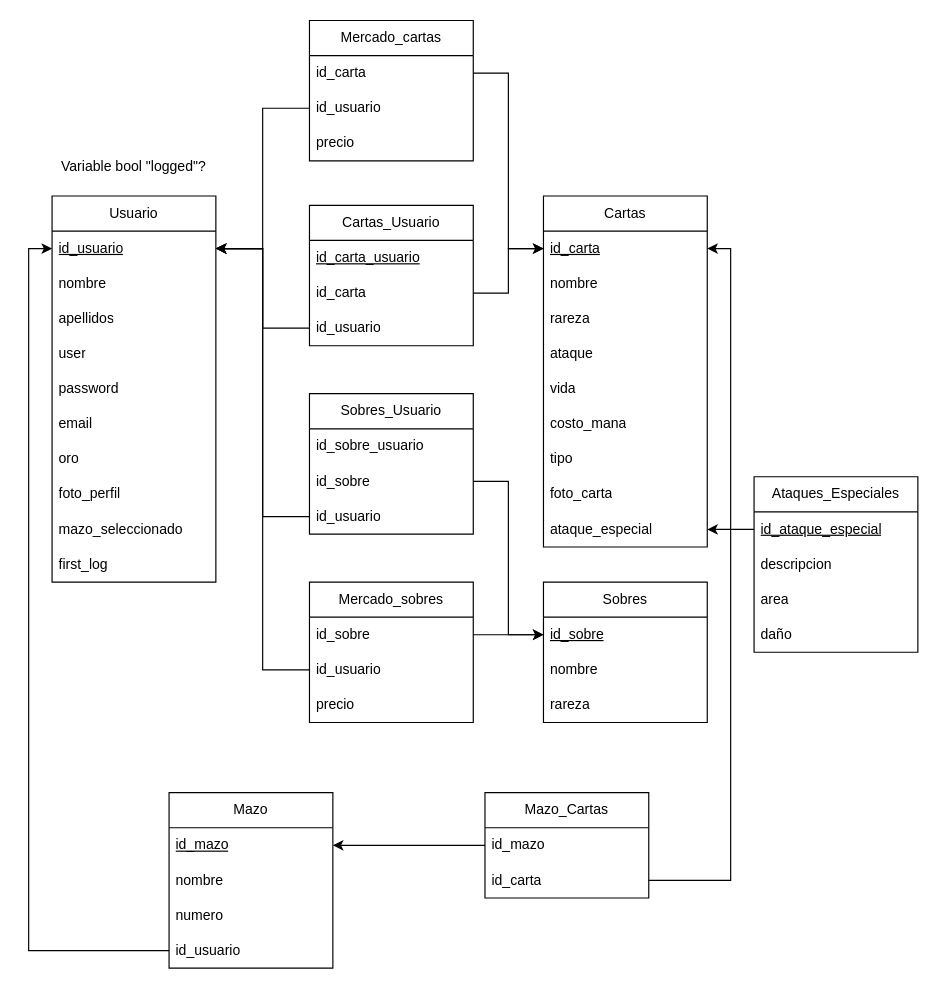
The draw.io diagram Diagramas/BBDD.drawio in MiguelGallardoRevaliente/ProjecteFinal, before the edit. Source tidied: cells renumbered, new cells numbered last; positions are measured from the earlier drawing's top-left corner, leaving out a move shared by most shapes. Both pictures are drawn from the tidied source at 117%, with x=0, y=0 at pixel (51, 20).
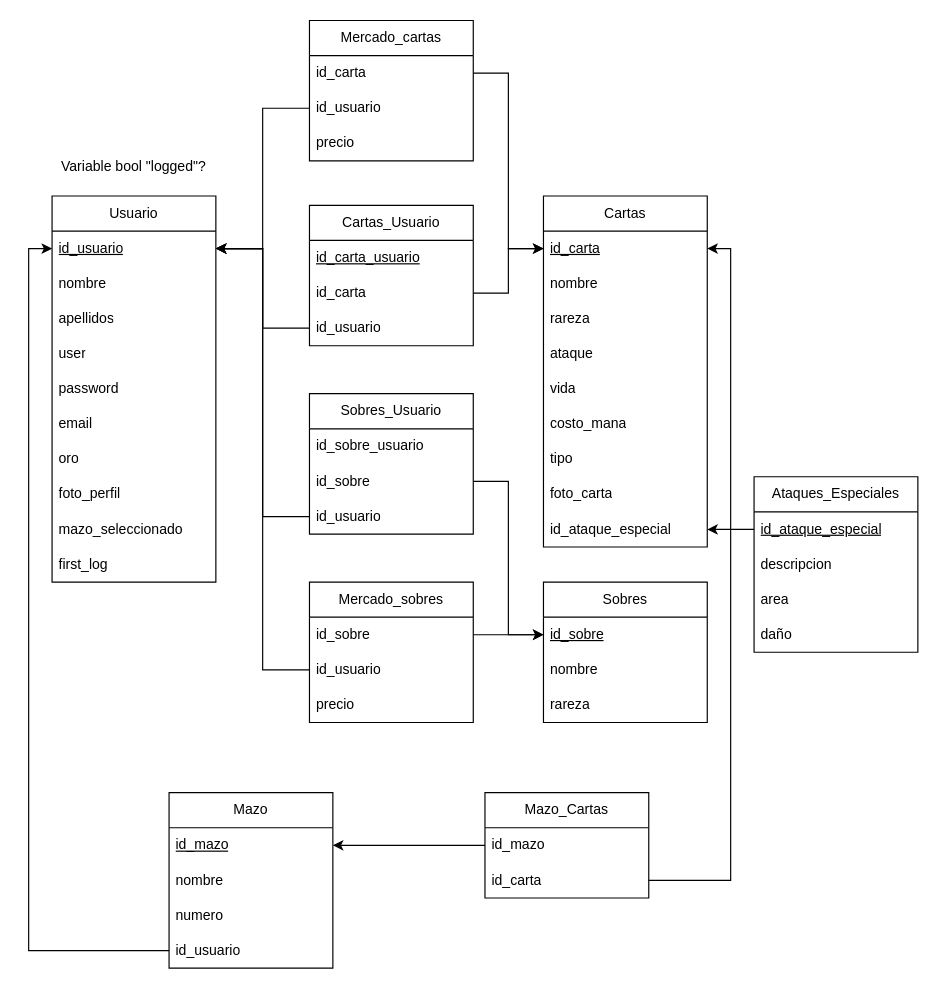
Above is the later version.

The change refers to these unchanged cells:
```xml
<mxCell id="13" value="Cartas" style="swimlane;fontStyle=0;horizontal=1;startSize=30;whiteSpace=wrap;html=1;" parent="1" vertex="1">
  <mxGeometry x="420" y="150" width="140" height="300" as="geometry" />
</mxCell>
```

What changed in the source:
```diff
@@
-    <mxCell id="22" value="ataque_especial" style="text;strokeColor=none;fillColor=none;align=left;verticalAlign=middle;spacingLeft=4;spacingRight=4;overflow=hidden;points=[[0,0.5],[1,0.5]];portConstraint=eastwest;whiteSpace=wrap;html=1;" parent="13" vertex="1">
+    <mxCell id="22" value="id_ataque_especial" style="text;strokeColor=none;fillColor=none;align=left;verticalAlign=middle;spacingLeft=4;spacingRight=4;overflow=hidden;points=[[0,0.5],[1,0.5]];portConstraint=eastwest;whiteSpace=wrap;html=1;" parent="13" vertex="1">
       <mxGeometry y="270" width="140" height="30" as="geometry" />
     </mxCell>
```
